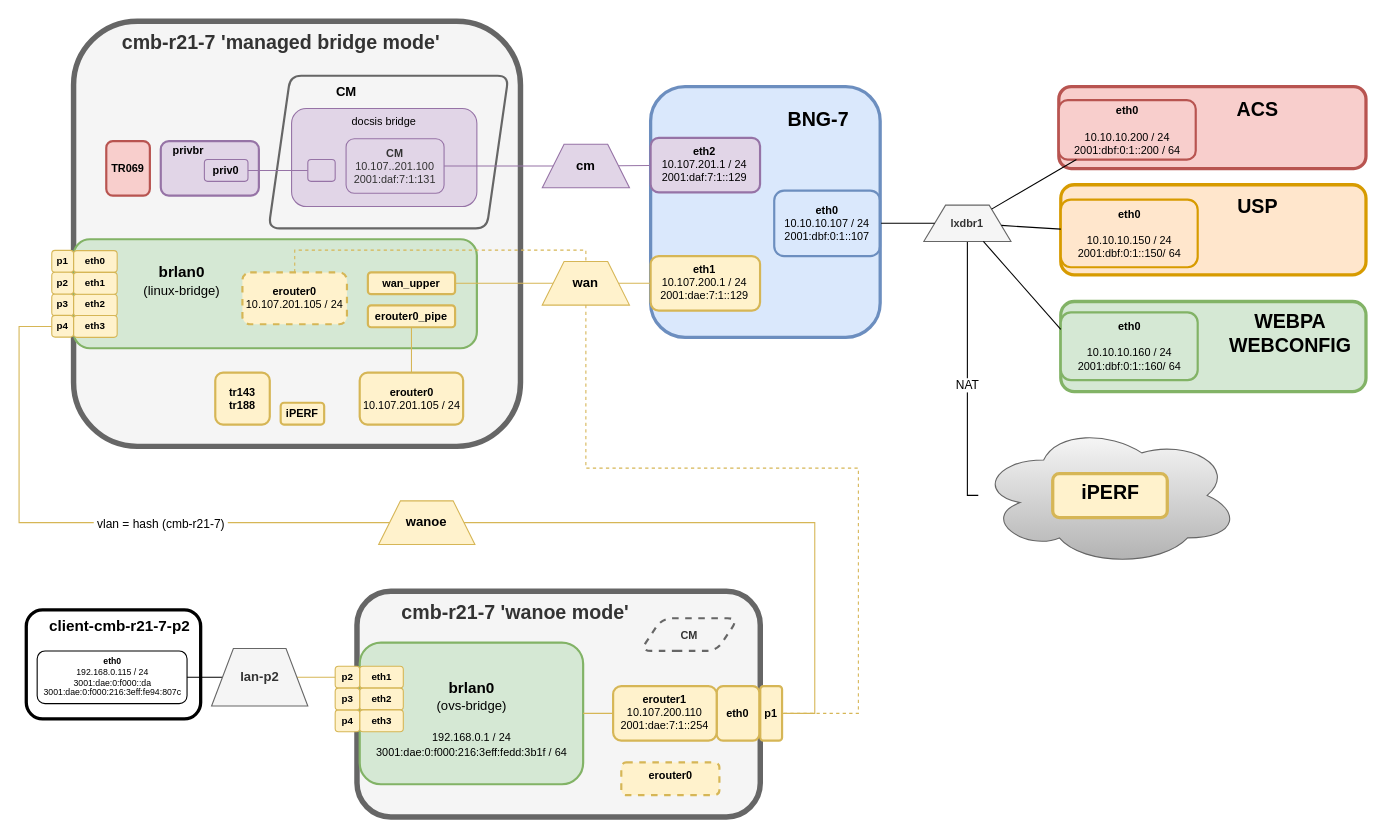
Before: drawio/ntu.drawio in robvogelaar/robvogelaar.github.io, a draw.io diagram. Source tidied: cells renumbered, new cells numbered last; positions are measured from the earlier drawing's top-left corner, leaving out a move shared by most shapes. Both pictures are drawn from the tidied source at 109%, with x=0, y=0 at pixel (19, 21).
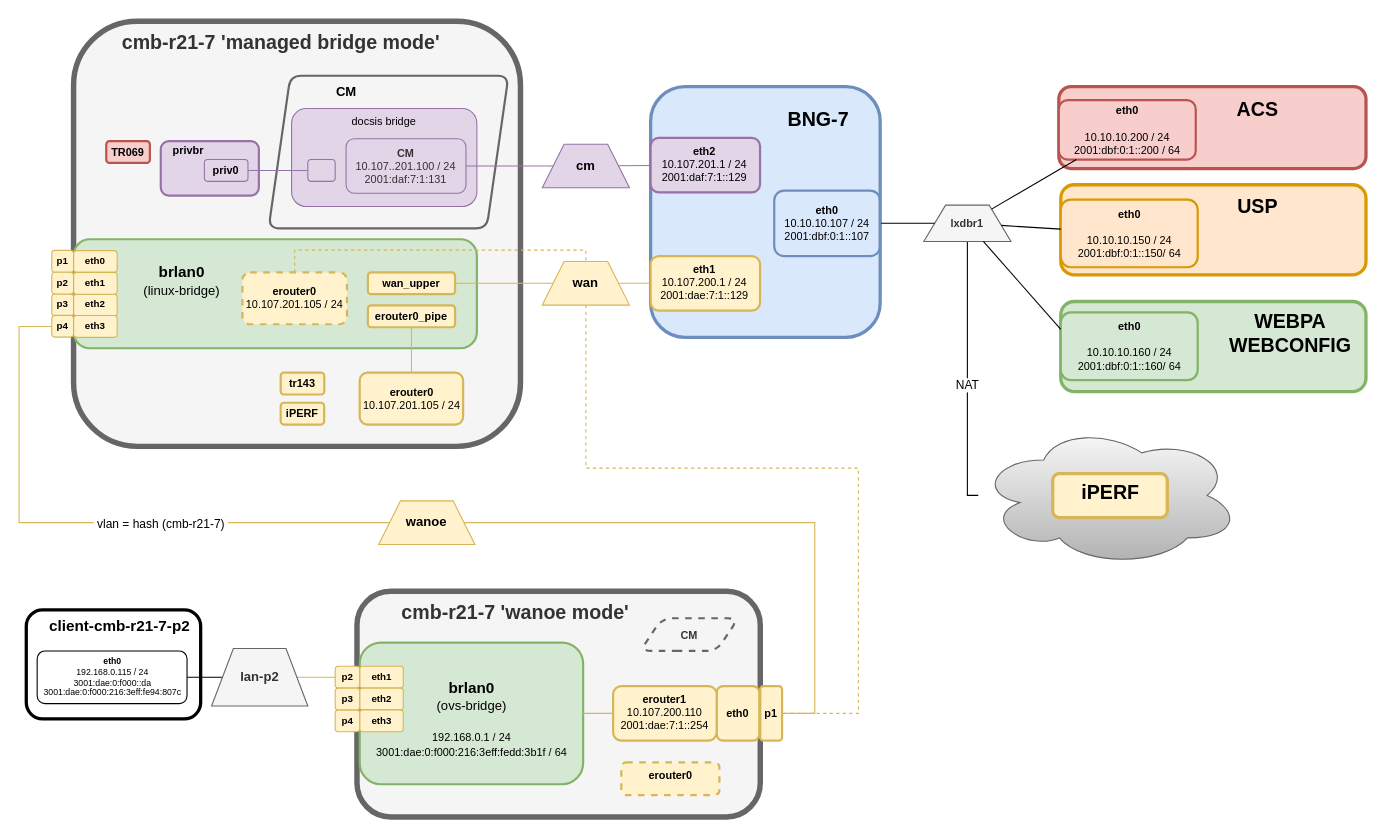
The same diagram, later.

What changed in the source:
```diff
@@
     <mxCell id="54" value="TR069" style="rounded=1;whiteSpace=wrap;html=1;fillColor=#f8cecc;strokeColor=#b85450;fontSize=10;fontStyle=1;strokeWidth=2;" parent="1" vertex="1">
-      <mxGeometry x="80" y="110" width="40" height="50" as="geometry" />
+      <mxGeometry x="80" y="110" width="40" height="20" as="geometry" />
     </mxCell>
@@
-    <mxCell id="68" value="tr143&lt;div&gt;tr188&lt;/div&gt;" style="rounded=1;whiteSpace=wrap;html=1;fillColor=#fff2cc;strokeColor=#d6b656;fontSize=10;fontStyle=1;strokeWidth=2;" parent="1" vertex="1">
-      <mxGeometry x="180" y="322.4" width="50" height="47.6" as="geometry" />
+    <mxCell id="68" value="tr143" style="rounded=1;whiteSpace=wrap;html=1;fillColor=#fff2cc;strokeColor=#d6b656;fontSize=10;fontStyle=1;strokeWidth=2;" parent="1" vertex="1">
+      <mxGeometry x="240" y="322.4" width="40" height="20" as="geometry" />
     </mxCell>
-    <mxCell id="69" value="&lt;span style=&quot;color: rgb(51, 51, 51);&quot;&gt;CM&lt;/span&gt;&lt;div style=&quot;color: rgb(51, 51, 51);&quot;&gt;&lt;span style=&quot;font-weight: normal;&quot;&gt;10.107..201.100&lt;/span&gt;&lt;/div&gt;&lt;div style=&quot;color: rgb(51, 51, 51);&quot;&gt;&lt;span style=&quot;font-weight: normal;&quot;&gt;2001:daf:7:1:131&lt;/span&gt;&lt;/div&gt;" style="rounded=1;whiteSpace=wrap;html=1;fillColor=#e1d5e7;strokeColor=#9673a6;fontSize=10;fontStyle=1;strokeWidth=1;verticalAlign=middle;" parent="1" vertex="1">
-      <mxGeometry x="300" y="107.8" width="89.9" height="50" as="geometry" />
+    <mxCell id="69" value="&lt;span style=&quot;color: rgb(51, 51, 51);&quot;&gt;CM&lt;/span&gt;&lt;div style=&quot;color: rgb(51, 51, 51);&quot;&gt;&lt;span style=&quot;font-weight: normal;&quot;&gt;10.107..201.100 / 24&lt;/span&gt;&lt;/div&gt;&lt;div style=&quot;color: rgb(51, 51, 51);&quot;&gt;&lt;span style=&quot;font-weight: normal;&quot;&gt;2001:daf:7:1:131&lt;/span&gt;&lt;/div&gt;" style="rounded=1;whiteSpace=wrap;html=1;fillColor=#e1d5e7;strokeColor=#9673a6;fontSize=10;fontStyle=1;strokeWidth=1;verticalAlign=middle;" parent="1" vertex="1">
+      <mxGeometry x="300" y="107.8" width="110" height="50" as="geometry" />
     </mxCell>
```
